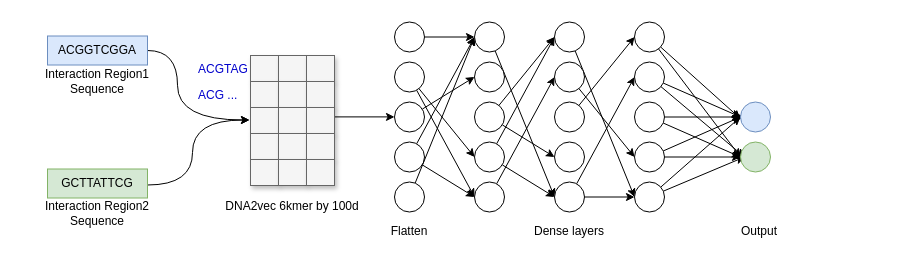
NaiveTom/draw.io keeps this draw.io diagram as embedding_dense.drawio. Above is the earlier version. Source tidied: cells renumbered, new cells numbered last; positions are measured from the earlier drawing's top-left corner, leaving out a move shared by most shapes. Both pictures are drawn from the tidied source at 100%, with x=0, y=0 at pixel (17, 21).
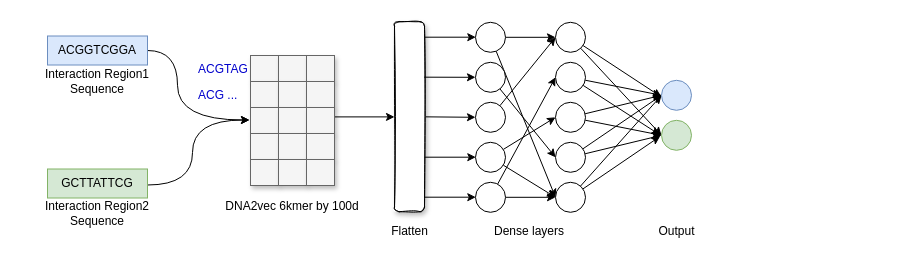
After the change.

The edit, as a diff of the source:
```diff
@@
-    <mxCell id="2" style="edgeStyle=none;rounded=0;jettySize=auto;html=1;entryX=0;entryY=0.5;entryDx=0;entryDy=0;" parent="1" edge="1" source="3" target="15">
-      <mxGeometry relative="1" as="geometry" />
-    </mxCell>
-    <mxCell id="3" style="ellipse;whiteSpace=wrap;html=1;" parent="1" vertex="1">
-      <mxGeometry x="377" y="0.5" width="30" height="30" as="geometry" />
-    </mxCell>
-    <mxCell id="4" style="edgeStyle=none;rounded=1;jumpSize=20;jettySize=auto;html=1;entryX=0;entryY=0.5;entryDx=0;entryDy=0;strokeWidth=1;" parent="1" edge="1" source="6" target="24">
-      <mxGeometry relative="1" as="geometry" />
-    </mxCell>
-    <mxCell id="5" style="edgeStyle=none;rounded=1;jumpSize=20;jettySize=auto;html=1;entryX=0;entryY=0.5;entryDx=0;entryDy=0;strokeWidth=1;" parent="1" edge="1" source="6" target="22">
-      <mxGeometry relative="1" as="geometry" />
-    </mxCell>
-    <mxCell id="6" style="ellipse;whiteSpace=wrap;html=1;" parent="1" vertex="1">
-      <mxGeometry x="377" y="40.5" width="30" height="30" as="geometry" />
-    </mxCell>
-    <mxCell id="7" style="rounded=1;jumpSize=20;jettySize=auto;html=1;entryX=0;entryY=0.5;entryDx=0;entryDy=0;strokeWidth=1;" parent="1" edge="1" source="8" target="16">
-      <mxGeometry relative="1" as="geometry" />
-    </mxCell>
-    <mxCell id="8" style="ellipse;whiteSpace=wrap;html=1;" parent="1" vertex="1">
-      <mxGeometry x="377" y="80.5" width="30" height="30" as="geometry" />
-    </mxCell>
-    <mxCell id="9" style="rounded=1;jumpSize=20;jettySize=auto;html=1;entryX=0;entryY=0.5;entryDx=0;entryDy=0;strokeWidth=1;" parent="1" edge="1" source="11" target="15">
-      <mxGeometry relative="1" as="geometry" />
-    </mxCell>
-    <mxCell id="10" style="edgeStyle=none;rounded=1;jumpSize=20;jettySize=auto;html=1;entryX=0;entryY=0.5;entryDx=0;entryDy=0;strokeWidth=1;" parent="1" edge="1" source="11" target="24">
-      <mxGeometry relative="1" as="geometry" />
-    </mxCell>
-    <mxCell id="11" style="ellipse;whiteSpace=wrap;html=1;" parent="1" vertex="1">
-      <mxGeometry x="377" y="120.5" width="30" height="30" as="geometry" />
-    </mxCell>
-    <mxCell id="12" style="edgeStyle=none;rounded=1;jumpSize=20;jettySize=auto;html=1;entryX=0;entryY=0.5;entryDx=0;entryDy=0;strokeWidth=1;" parent="1" edge="1" source="13" target="15">
-      <mxGeometry relative="1" as="geometry" />
-    </mxCell>
-    <mxCell id="13" style="ellipse;whiteSpace=wrap;html=1;" parent="1" vertex="1">
-      <mxGeometry x="377" y="160.5" width="30" height="30" as="geometry" />
-    </mxCell>
-    <mxCell id="14" style="edgeStyle=none;rounded=1;jumpSize=20;jettySize=auto;html=1;entryX=0;entryY=0.5;entryDx=0;entryDy=0;strokeWidth=1;" parent="1" edge="1" source="15" target="36">
-      <mxGeometry relative="1" as="geometry" />
-    </mxCell>
-    <mxCell id="15" style="ellipse;whiteSpace=wrap;html=1;" parent="1" vertex="1">
-      <mxGeometry x="457" y="0.5" width="30" height="30" as="geometry" />
-    </mxCell>
-    <mxCell id="16" style="ellipse;whiteSpace=wrap;html=1;" parent="1" vertex="1">
-      <mxGeometry x="457" y="40.5" width="30" height="30" as="geometry" />
-    </mxCell>
-    <mxCell id="17" style="edgeStyle=none;rounded=1;jumpSize=20;jettySize=auto;html=1;entryX=0;entryY=0.5;entryDx=0;entryDy=0;strokeWidth=1;" parent="1" edge="1" source="19" target="33">
-      <mxGeometry relative="1" as="geometry" />
-    </mxCell>
-    <mxCell id="18" style="edgeStyle=none;rounded=1;jumpSize=20;jettySize=auto;html=1;entryX=0;entryY=0.5;entryDx=0;entryDy=0;strokeWidth=1;" parent="1" edge="1" source="19" target="28">
-      <mxGeometry relative="1" as="geometry" />
-    </mxCell>
-    <mxCell id="19" style="ellipse;whiteSpace=wrap;html=1;" parent="1" vertex="1">
-      <mxGeometry x="457" y="80.5" width="30" height="30" as="geometry" />
-    </mxCell>
-    <mxCell id="20" style="edgeStyle=none;rounded=1;jumpSize=20;jettySize=auto;html=1;entryX=0;entryY=0.5;entryDx=0;entryDy=0;strokeWidth=1;" parent="1" edge="1" source="22" target="28">
-      <mxGeometry relative="1" as="geometry" />
-    </mxCell>
-    <mxCell id="21" style="edgeStyle=none;rounded=1;jumpSize=20;jettySize=auto;html=1;entryX=0;entryY=0.5;entryDx=0;entryDy=0;strokeWidth=1;" parent="1" edge="1" source="22" target="36">
-      <mxGeometry relative="1" as="geometry" />
-    </mxCell>
-    <mxCell id="22" style="ellipse;whiteSpace=wrap;html=1;" parent="1" vertex="1">
-      <mxGeometry x="457" y="120.5" width="30" height="30" as="geometry" />
-    </mxCell>
-    <mxCell id="23" style="edgeStyle=none;rounded=1;jumpSize=20;jettySize=auto;html=1;entryX=0;entryY=0.5;entryDx=0;entryDy=0;strokeWidth=1;" parent="1" edge="1" source="24" target="30">
-      <mxGeometry relative="1" as="geometry" />
-    </mxCell>
-    <mxCell id="24" style="ellipse;whiteSpace=wrap;html=1;" parent="1" vertex="1">
-      <mxGeometry x="457" y="160.5" width="30" height="30" as="geometry" />
-    </mxCell>
-    <mxCell id="25" value="Dense layers" style="text;html=1;strokeColor=none;fillColor=none;align=center;verticalAlign=middle;whiteSpace=wrap;rounded=0;" parent="1" vertex="1">
-      <mxGeometry x="427" y="199.5" width="250" height="20" as="geometry" />
-    </mxCell>
-    <mxCell id="26" value="Flatten" style="text;html=1;strokeColor=none;fillColor=none;align=center;verticalAlign=middle;whiteSpace=wrap;rounded=0;" parent="1" vertex="1">
-      <mxGeometry x="267" y="199.5" width="250" height="20" as="geometry" />
-    </mxCell>
-    <mxCell id="27" style="edgeStyle=none;rounded=1;jumpSize=20;jettySize=auto;html=1;entryX=0;entryY=0.5;entryDx=0;entryDy=0;strokeWidth=1;" parent="1" edge="1" source="28" target="51">
-      <mxGeometry relative="1" as="geometry" />
-    </mxCell>
-    <mxCell id="28" style="ellipse;whiteSpace=wrap;html=1;" parent="1" vertex="1">
-      <mxGeometry x="537" y="0.5" width="30" height="30" as="geometry" />
-    </mxCell>
-    <mxCell id="29" style="edgeStyle=none;rounded=1;jumpSize=20;jettySize=auto;html=1;entryX=0;entryY=0.5;entryDx=0;entryDy=0;strokeWidth=1;" parent="1" edge="1" source="30" target="48">
-      <mxGeometry relative="1" as="geometry" />
-    </mxCell>
-    <mxCell id="30" style="ellipse;whiteSpace=wrap;html=1;" parent="1" vertex="1">
-      <mxGeometry x="537" y="40.5" width="30" height="30" as="geometry" />
-    </mxCell>
-    <mxCell id="31" style="edgeStyle=none;rounded=1;jumpSize=20;jettySize=auto;html=1;entryX=0;entryY=0.5;entryDx=0;entryDy=0;strokeWidth=1;" parent="1" edge="1" source="32" target="39">
-      <mxGeometry relative="1" as="geometry" />
-    </mxCell>
-    <mxCell id="32" style="ellipse;whiteSpace=wrap;html=1;" parent="1" vertex="1">
-      <mxGeometry x="537" y="80.5" width="30" height="30" as="geometry" />
-    </mxCell>
-    <mxCell id="33" style="ellipse;whiteSpace=wrap;html=1;" parent="1" vertex="1">
-      <mxGeometry x="537" y="120.5" width="30" height="30" as="geometry" />
-    </mxCell>
-    <mxCell id="34" style="edgeStyle=none;rounded=1;jumpSize=20;jettySize=auto;html=1;entryX=0;entryY=0.5;entryDx=0;entryDy=0;strokeWidth=1;" parent="1" edge="1" source="36" target="42">
-      <mxGeometry relative="1" as="geometry" />
-    </mxCell>
-    <mxCell id="35" style="edgeStyle=none;rounded=1;jumpSize=20;jettySize=auto;html=1;entryX=0;entryY=0.5;entryDx=0;entryDy=0;strokeWidth=1;" parent="1" edge="1" source="36" target="51">
-      <mxGeometry relative="1" as="geometry" />
-    </mxCell>
-    <mxCell id="36" style="ellipse;whiteSpace=wrap;html=1;" parent="1" vertex="1">
-      <mxGeometry x="537" y="160.5" width="30" height="30" as="geometry" />
-    </mxCell>
-    <mxCell id="37" style="edgeStyle=none;rounded=1;jumpSize=20;jettySize=auto;html=1;entryX=0;entryY=0.5;entryDx=0;entryDy=0;strokeWidth=1;" parent="1" edge="1" source="39" target="54">
-      <mxGeometry relative="1" as="geometry" />
-    </mxCell>
-    <mxCell id="38" style="edgeStyle=none;rounded=1;jumpSize=20;jettySize=auto;html=1;strokeWidth=1;entryX=-0.001;entryY=0.557;entryDx=0;entryDy=0;entryPerimeter=0;" parent="1" edge="1" source="39" target="53">
-      <mxGeometry relative="1" as="geometry" />
-    </mxCell>
-    <mxCell id="39" style="ellipse;whiteSpace=wrap;html=1;" parent="1" vertex="1">
-      <mxGeometry x="617" y="0.5" width="30" height="30" as="geometry" />
-    </mxCell>
-    <mxCell id="40" style="edgeStyle=none;rounded=1;jumpSize=20;jettySize=auto;html=1;entryX=0;entryY=0.5;entryDx=0;entryDy=0;strokeWidth=1;" parent="1" edge="1" source="42" target="53">
-      <mxGeometry relative="1" as="geometry" />
-    </mxCell>
-    <mxCell id="41" style="edgeStyle=none;rounded=1;jumpSize=20;jettySize=auto;html=1;strokeWidth=1;" parent="1" edge="1" source="42">
-      <mxGeometry relative="1" as="geometry">
-        <mxPoint x="727" y="135.5" as="targetPoint" />
-      </mxGeometry>
-    </mxCell>
-    <mxCell id="42" style="ellipse;whiteSpace=wrap;html=1;" parent="1" vertex="1">
-      <mxGeometry x="617" y="40.5" width="30" height="30" as="geometry" />
-    </mxCell>
-    <mxCell id="43" style="edgeStyle=none;rounded=1;jumpSize=20;jettySize=auto;html=1;entryX=0;entryY=0.5;entryDx=0;entryDy=0;strokeWidth=1;" parent="1" edge="1" source="45" target="54">
-      <mxGeometry relative="1" as="geometry" />
-    </mxCell>
-    <mxCell id="44" style="edgeStyle=none;rounded=1;jumpSize=20;jettySize=auto;html=1;strokeWidth=1;" parent="1" edge="1" source="45">
-      <mxGeometry relative="1" as="geometry">
-        <mxPoint x="727" y="95.5" as="targetPoint" />
-      </mxGeometry>
-    </mxCell>
-    <mxCell id="45" style="ellipse;whiteSpace=wrap;html=1;" parent="1" vertex="1">
-      <mxGeometry x="617" y="80.5" width="30" height="30" as="geometry" />
-    </mxCell>
-    <mxCell id="46" style="edgeStyle=none;rounded=1;jumpSize=20;jettySize=auto;html=1;entryX=0;entryY=0.5;entryDx=0;entryDy=0;strokeWidth=1;" parent="1" edge="1" source="48" target="53">
-      <mxGeometry relative="1" as="geometry" />
-    </mxCell>
-    <mxCell id="47" style="edgeStyle=none;rounded=1;jumpSize=20;jettySize=auto;html=1;strokeWidth=1;entryX=0;entryY=0.5;entryDx=0;entryDy=0;" parent="1" edge="1" source="48" target="54">
-      <mxGeometry relative="1" as="geometry" />
-    </mxCell>
-    <mxCell id="48" style="ellipse;whiteSpace=wrap;html=1;" parent="1" vertex="1">
-      <mxGeometry x="617" y="120.5" width="30" height="30" as="geometry" />
-    </mxCell>
-    <mxCell id="49" style="edgeStyle=none;rounded=1;jumpSize=20;jettySize=auto;html=1;strokeWidth=1;" parent="1" edge="1" source="51">
-      <mxGeometry relative="1" as="geometry">
-        <mxPoint x="727" y="135.5" as="targetPoint" />
-      </mxGeometry>
-    </mxCell>
-    <mxCell id="50" style="edgeStyle=none;rounded=1;jumpSize=20;jettySize=auto;html=1;strokeWidth=1;entryX=0;entryY=0.5;entryDx=0;entryDy=0;" parent="1" edge="1" source="51" target="53">
-      <mxGeometry relative="1" as="geometry" />
-    </mxCell>
-    <mxCell id="51" style="ellipse;whiteSpace=wrap;html=1;" parent="1" vertex="1">
-      <mxGeometry x="617" y="160.5" width="30" height="30" as="geometry" />
-    </mxCell>
-    <mxCell id="52" value="&lt;div&gt;Output&lt;/div&gt;" style="text;html=1;strokeColor=none;fillColor=none;align=center;verticalAlign=middle;whiteSpace=wrap;rounded=0;" parent="1" vertex="1">
-      <mxGeometry x="617" y="199.5" width="250" height="20" as="geometry" />
-    </mxCell>
-    <mxCell id="53" style="ellipse;whiteSpace=wrap;html=1;fillColor=#dae8fc;strokeColor=#6c8ebf;" parent="1" vertex="1">
-      <mxGeometry x="723" y="80.5" width="30" height="30" as="geometry" />
-    </mxCell>
-    <mxCell id="54" style="ellipse;whiteSpace=wrap;html=1;fillColor=#d5e8d4;strokeColor=#82b366;" parent="1" vertex="1">
-      <mxGeometry x="723" y="120.5" width="30" height="30" as="geometry" />
-    </mxCell>
@@
+    <mxCell id="25" value="Dense layers" style="text;html=1;strokeColor=none;fillColor=none;align=center;verticalAlign=middle;whiteSpace=wrap;rounded=0;" parent="1" vertex="1">
+      <mxGeometry x="467" y="199.8" width="90" height="20" as="geometry" />
+    </mxCell>
+    <mxCell id="26" value="Flatten" style="text;html=1;strokeColor=none;fillColor=none;align=center;verticalAlign=middle;whiteSpace=wrap;rounded=0;" parent="1" vertex="1">
+      <mxGeometry x="381.5" y="199.8" width="21" height="20" as="geometry" />
+    </mxCell>
+    <mxCell id="80" style="edgeStyle=none;rounded=1;jumpSize=20;jettySize=auto;html=1;entryX=0;entryY=0.5;entryDx=0;entryDy=0;strokeWidth=1;" parent="1" edge="1" source="82" target="107">
+      <mxGeometry relative="1" as="geometry" />
+    </mxCell>
+    <mxCell id="81" style="edgeStyle=none;rounded=0;jettySize=auto;html=1;entryX=0;entryY=0.5;entryDx=0;entryDy=0;" parent="1" edge="1" source="82" target="95">
+      <mxGeometry relative="1" as="geometry" />
+    </mxCell>
+    <mxCell id="82" style="ellipse;whiteSpace=wrap;html=1;" parent="1" vertex="1">
+      <mxGeometry x="458" y="0.8" width="30" height="30" as="geometry" />
+    </mxCell>
+    <mxCell id="83" style="edgeStyle=none;rounded=1;jumpSize=20;jettySize=auto;html=1;entryX=0;entryY=0.5;entryDx=0;entryDy=0;strokeWidth=1;" parent="1" edge="1" source="84" target="104">
+      <mxGeometry relative="1" as="geometry" />
+    </mxCell>
+    <mxCell id="84" style="ellipse;whiteSpace=wrap;html=1;" parent="1" vertex="1">
+      <mxGeometry x="458" y="40.8" width="30" height="30" as="geometry" />
+    </mxCell>
+    <mxCell id="85" style="edgeStyle=none;rounded=1;jumpSize=20;jettySize=auto;html=1;entryX=0;entryY=0.5;entryDx=0;entryDy=0;strokeWidth=1;" parent="1" edge="1" source="86" target="95">
+      <mxGeometry relative="1" as="geometry" />
+    </mxCell>
+    <mxCell id="86" style="ellipse;whiteSpace=wrap;html=1;" parent="1" vertex="1">
+      <mxGeometry x="458" y="80.8" width="30" height="30" as="geometry" />
+    </mxCell>
+    <mxCell id="87" style="edgeStyle=none;rounded=0;jettySize=auto;html=1;entryX=0;entryY=0.5;entryDx=0;entryDy=0;" parent="1" edge="1" source="89" target="101">
+      <mxGeometry relative="1" as="geometry" />
+    </mxCell>
+    <mxCell id="88" style="edgeStyle=none;rounded=0;jettySize=auto;html=1;entryX=0;entryY=0.5;entryDx=0;entryDy=0;" parent="1" edge="1" source="89" target="107">
+      <mxGeometry relative="1" as="geometry" />
+    </mxCell>
+    <mxCell id="89" style="ellipse;whiteSpace=wrap;html=1;" parent="1" vertex="1">
+      <mxGeometry x="458" y="120.8" width="30" height="30" as="geometry" />
+    </mxCell>
+    <mxCell id="90" style="edgeStyle=none;rounded=1;jumpSize=20;jettySize=auto;html=1;entryX=0;entryY=0.5;entryDx=0;entryDy=0;strokeWidth=1;" parent="1" edge="1" source="92" target="98">
+      <mxGeometry relative="1" as="geometry" />
+    </mxCell>
+    <mxCell id="91" style="edgeStyle=none;rounded=1;jumpSize=20;jettySize=auto;html=1;entryX=0;entryY=0.5;entryDx=0;entryDy=0;strokeWidth=1;" parent="1" edge="1" source="92" target="107">
+      <mxGeometry relative="1" as="geometry" />
+    </mxCell>
+    <mxCell id="92" style="ellipse;whiteSpace=wrap;html=1;" parent="1" vertex="1">
+      <mxGeometry x="458" y="160.8" width="30" height="30" as="geometry" />
+    </mxCell>
+    <mxCell id="93" style="edgeStyle=none;rounded=1;jumpSize=20;jettySize=auto;html=1;entryX=0;entryY=0.5;entryDx=0;entryDy=0;strokeWidth=1;" parent="1" edge="1" source="95" target="109">
+      <mxGeometry relative="1" as="geometry" />
+    </mxCell>
+    <mxCell id="94" style="edgeStyle=none;rounded=1;jumpSize=20;jettySize=auto;html=1;strokeWidth=1;entryX=-0.001;entryY=0.557;entryDx=0;entryDy=0;entryPerimeter=0;" parent="1" edge="1" source="95" target="108">
+      <mxGeometry relative="1" as="geometry" />
+    </mxCell>
+    <mxCell id="95" style="ellipse;whiteSpace=wrap;html=1;" parent="1" vertex="1">
+      <mxGeometry x="538" y="0.8" width="30" height="30" as="geometry" />
+    </mxCell>
+    <mxCell id="96" style="edgeStyle=none;rounded=1;jumpSize=20;jettySize=auto;html=1;entryX=0;entryY=0.5;entryDx=0;entryDy=0;strokeWidth=1;" parent="1" edge="1" source="98" target="108">
+      <mxGeometry relative="1" as="geometry" />
+    </mxCell>
+    <mxCell id="97" style="edgeStyle=none;rounded=1;jumpSize=20;jettySize=auto;html=1;strokeWidth=1;entryX=-0.057;entryY=0.483;entryDx=0;entryDy=0;entryPerimeter=0;" parent="1" edge="1" source="98" target="109">
+      <mxGeometry relative="1" as="geometry" />
+    </mxCell>
+    <mxCell id="98" style="ellipse;whiteSpace=wrap;html=1;" parent="1" vertex="1">
+      <mxGeometry x="538" y="40.8" width="30" height="30" as="geometry" />
+    </mxCell>
+    <mxCell id="99" style="edgeStyle=none;rounded=1;jumpSize=20;jettySize=auto;html=1;entryX=0;entryY=0.5;entryDx=0;entryDy=0;strokeWidth=1;" parent="1" edge="1" source="101" target="109">
+      <mxGeometry relative="1" as="geometry" />
+    </mxCell>
+    <mxCell id="100" style="edgeStyle=none;rounded=1;jumpSize=20;jettySize=auto;html=1;strokeWidth=1;entryX=0;entryY=0.5;entryDx=0;entryDy=0;" parent="1" edge="1" source="101" target="108">
+      <mxGeometry relative="1" as="geometry" />
+    </mxCell>
+    <mxCell id="101" style="ellipse;whiteSpace=wrap;html=1;" parent="1" vertex="1">
+      <mxGeometry x="538" y="80.8" width="30" height="30" as="geometry" />
+    </mxCell>
+    <mxCell id="102" style="edgeStyle=none;rounded=1;jumpSize=20;jettySize=auto;html=1;entryX=0;entryY=0.5;entryDx=0;entryDy=0;strokeWidth=1;" parent="1" edge="1" source="104" target="108">
+      <mxGeometry relative="1" as="geometry" />
+    </mxCell>
+    <mxCell id="103" style="edgeStyle=none;rounded=1;jumpSize=20;jettySize=auto;html=1;strokeWidth=1;entryX=0;entryY=0.5;entryDx=0;entryDy=0;" parent="1" edge="1" source="104" target="109">
+      <mxGeometry relative="1" as="geometry" />
+    </mxCell>
+    <mxCell id="104" style="ellipse;whiteSpace=wrap;html=1;" parent="1" vertex="1">
+      <mxGeometry x="538" y="120.8" width="30" height="30" as="geometry" />
+    </mxCell>
+    <mxCell id="105" style="edgeStyle=none;rounded=1;jumpSize=20;jettySize=auto;html=1;strokeWidth=1;entryX=-0.05;entryY=0.538;entryDx=0;entryDy=0;entryPerimeter=0;" parent="1" edge="1" source="107" target="109">
+      <mxGeometry relative="1" as="geometry" />
+    </mxCell>
+    <mxCell id="106" style="edgeStyle=none;rounded=1;jumpSize=20;jettySize=auto;html=1;strokeWidth=1;entryX=0;entryY=0.5;entryDx=0;entryDy=0;" parent="1" edge="1" source="107" target="108">
+      <mxGeometry relative="1" as="geometry" />
+    </mxCell>
+    <mxCell id="107" style="ellipse;whiteSpace=wrap;html=1;" parent="1" vertex="1">
+      <mxGeometry x="538" y="160.8" width="30" height="30" as="geometry" />
+    </mxCell>
+    <mxCell id="52" value="&lt;div&gt;Output&lt;/div&gt;" style="text;html=1;strokeColor=none;fillColor=none;align=center;verticalAlign=middle;whiteSpace=wrap;rounded=0;" parent="1" vertex="1">
+      <mxGeometry x="647.8" y="199.8" width="22.5" height="20" as="geometry" />
+    </mxCell>
+    <mxCell id="108" style="ellipse;whiteSpace=wrap;html=1;fillColor=#dae8fc;strokeColor=#6c8ebf;" parent="1" vertex="1">
+      <mxGeometry x="644" y="58.8" width="30" height="30" as="geometry" />
+    </mxCell>
+    <mxCell id="109" style="ellipse;whiteSpace=wrap;html=1;fillColor=#d5e8d4;strokeColor=#82b366;" parent="1" vertex="1">
+      <mxGeometry x="644" y="98.8" width="30" height="30" as="geometry" />
+    </mxCell>
+    <mxCell id="110" style="rounded=0;jettySize=auto;html=1;entryX=0;entryY=0.5;entryDx=0;entryDy=0;" parent="1" edge="1" source="111">
+      <mxGeometry relative="1" as="geometry">
+        <mxPoint x="458" y="95.8" as="targetPoint" />
+      </mxGeometry>
+    </mxCell>
+    <mxCell id="111" style="rounded=1;whiteSpace=wrap;html=1;shadow=1;glass=0;sketch=1;" parent="1" vertex="1">
+      <mxGeometry x="377" y="0.2" width="30" height="190" as="geometry" />
+    </mxCell>
+    <mxCell id="112" style="endArrow=classic;html=1;entryX=0;entryY=0.5;entryDx=0;entryDy=0;exitX=0.989;exitY=0.292;exitDx=0;exitDy=0;exitPerimeter=0;" parent="1" edge="1" source="111">
+      <mxGeometry relative="1" as="geometry">
+        <mxPoint x="458" y="55.8" as="targetPoint" />
+      </mxGeometry>
+    </mxCell>
+    <mxCell id="113" style="endArrow=classic;html=1;entryX=0;entryY=0.5;entryDx=0;entryDy=0;exitX=0.989;exitY=0.292;exitDx=0;exitDy=0;exitPerimeter=0;" parent="1" edge="1">
+      <mxGeometry relative="1" as="geometry">
+        <mxPoint x="407" y="15.7" as="sourcePoint" />
+        <mxPoint x="458.3" y="15.7" as="targetPoint" />
+      </mxGeometry>
+    </mxCell>
+    <mxCell id="114" style="endArrow=classic;html=1;entryX=0;entryY=0.5;entryDx=0;entryDy=0;exitX=0.989;exitY=0.292;exitDx=0;exitDy=0;exitPerimeter=0;" parent="1" edge="1">
+      <mxGeometry relative="1" as="geometry">
+        <mxPoint x="407" y="135.7" as="sourcePoint" />
+        <mxPoint x="458.3" y="135.7" as="targetPoint" />
+      </mxGeometry>
+    </mxCell>
+    <mxCell id="115" style="endArrow=classic;html=1;entryX=0;entryY=0.5;entryDx=0;entryDy=0;exitX=0.989;exitY=0.292;exitDx=0;exitDy=0;exitPerimeter=0;" parent="1" edge="1">
+      <mxGeometry relative="1" as="geometry">
+        <mxPoint x="407" y="175.7" as="sourcePoint" />
+        <mxPoint x="458.3" y="175.7" as="targetPoint" />
+      </mxGeometry>
+    </mxCell>
```
